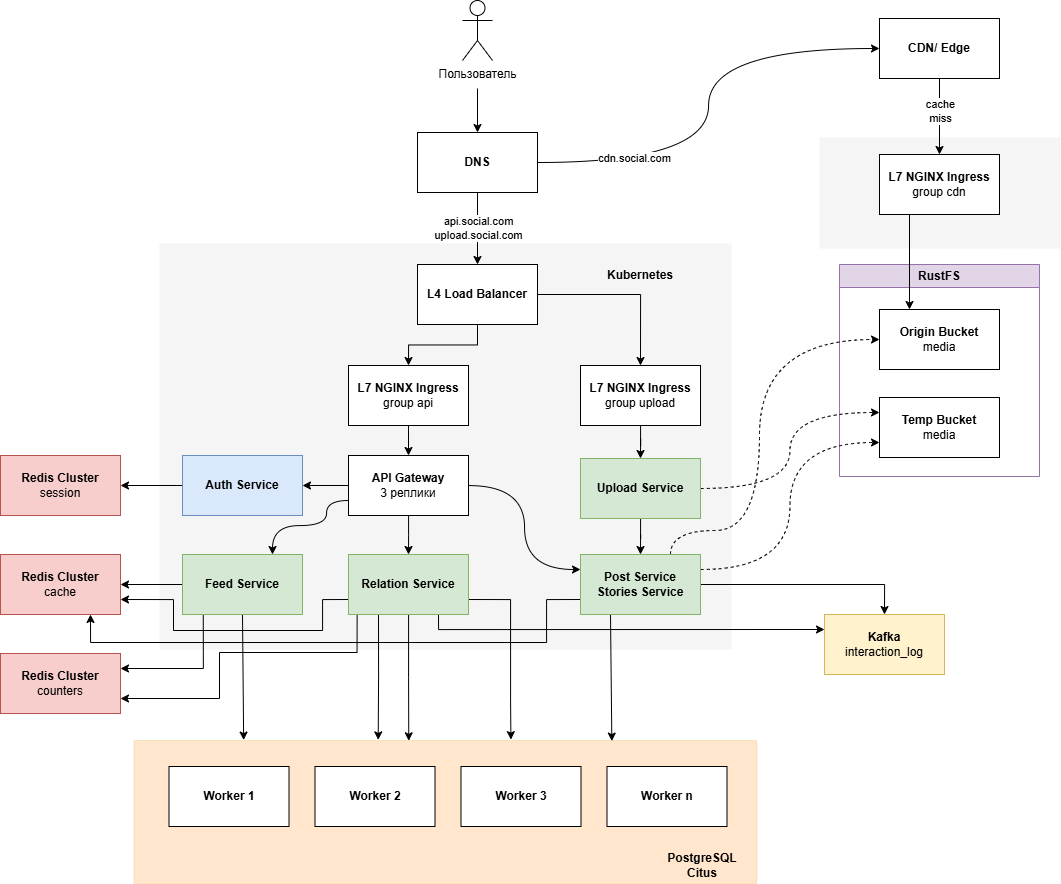
Before: схема проекта 2.drawio.png, a diagram exported from draw.io (kozlova-anastasia/high-load). Source tidied: cells renumbered, new cells last; positions are measured from the earlier drawing's top-left corner, leaving out a move shared by most shapes.
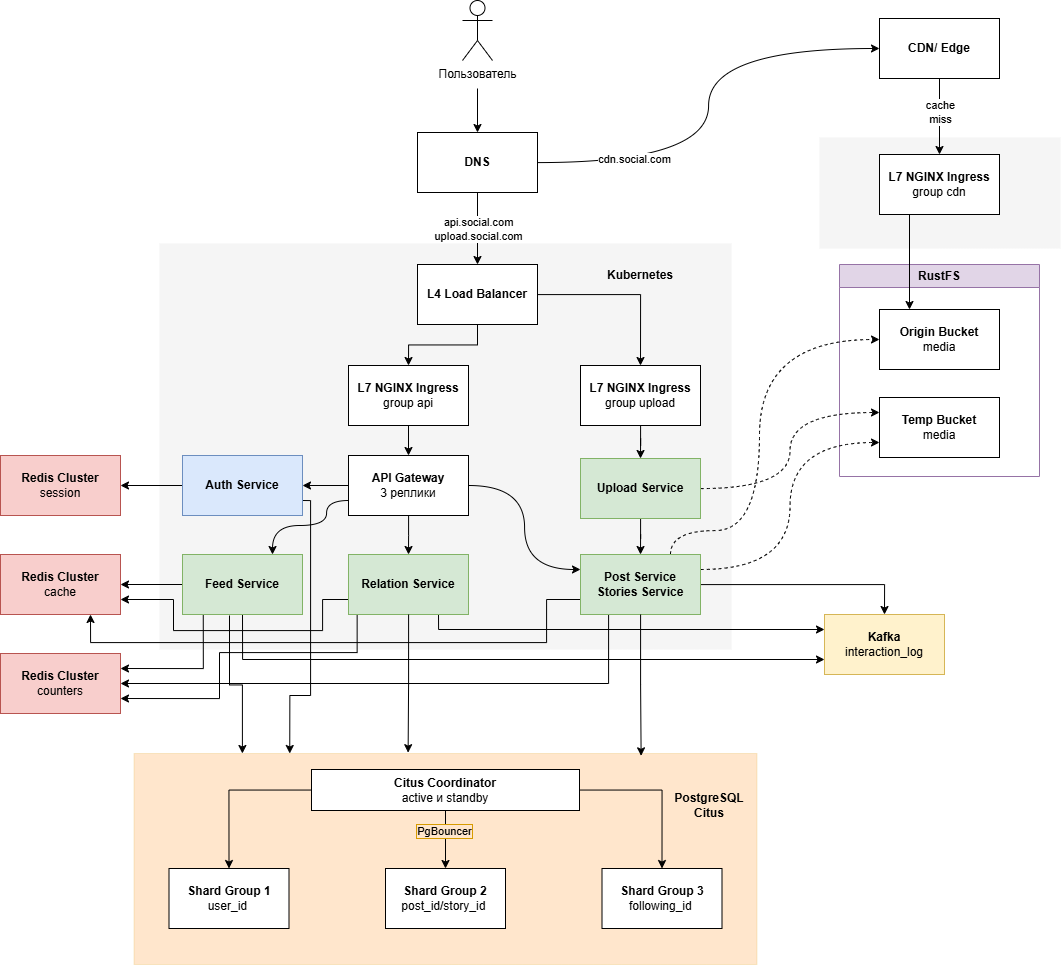
The same file after the commit.

The edit, as a diff of the source:
```diff
@@ -3,7 +3,7 @@
     <mxCell id="0" />
     <mxCell id="1" parent="0" />
     <mxCell id="2" style="rounded=0;whiteSpace=wrap;html=1;fillColor=#ffe6cc;strokeColor=#d79b00;strokeWidth=0;" parent="1" vertex="1">
-      <mxGeometry x="133.5" y="740" width="623" height="143" as="geometry" />
+      <mxGeometry x="133.5" y="753" width="623" height="211" as="geometry" />
     </mxCell>
     <mxCell id="3" style="rounded=0;whiteSpace=wrap;html=1;fillColor=#f5f5f5;fontColor=#333333;strokeColor=#F5F5F5;strokeWidth=0;" parent="1" vertex="1">
       <mxGeometry x="819" y="137" width="241" height="111" as="geometry" />
@@ -121,6 +121,15 @@
     <mxCell id="36" style="edgeStyle=orthogonalEdgeStyle;rounded=0;jettySize=auto;html=1;entryX=1;entryY=0.5;entryDx=0;entryDy=0;" parent="1" edge="1" source="37" target="38">
       <mxGeometry relative="1" as="geometry" />
     </mxCell>
+    <mxCell id="64" style="edgeStyle=orthogonalEdgeStyle;rounded=0;jettySize=auto;html=1;entryX=0.25;entryY=0;entryDx=0;entryDy=0;exitX=1;exitY=0.75;exitDx=0;exitDy=0;" parent="1" edge="1" source="37" target="2">
+      <mxGeometry relative="1" as="geometry">
+        <Array as="points">
+          <mxPoint x="310" y="500" />
+          <mxPoint x="310" y="695" />
+          <mxPoint x="289" y="695" />
+        </Array>
+      </mxGeometry>
+    </mxCell>
     <mxCell id="37" value="&lt;b&gt;Auth Service&lt;/b&gt;" style="rounded=0;whiteSpace=wrap;html=1;fillColor=#dae8fc;strokeColor=#6c8ebf;" parent="1" vertex="1">
       <mxGeometry x="182" y="455" width="120" height="60" as="geometry" />
     </mxCell>
@@ -151,9 +160,13 @@
         </Array>
       </mxGeometry>
     </mxCell>
-    <mxCell id="43" style="rounded=0;jettySize=auto;html=1;exitX=0.25;exitY=1;exitDx=0;exitDy=0;entryX=0.767;entryY=0.004;entryDx=0;entryDy=0;entryPerimeter=0;" parent="1" edge="1" source="44" target="2">
-      <mxGeometry relative="1" as="geometry" />
-    </mxCell>
+    <mxCell id="65" style="edgeStyle=orthogonalEdgeStyle;rounded=0;jettySize=auto;html=1;entryX=1;entryY=0.5;entryDx=0;entryDy=0;" parent="1" edge="1" source="44" target="58">
+      <mxGeometry relative="1" as="geometry">
+        <Array as="points">
+          <mxPoint x="608" y="683" />
+        </Array>
+      </mxGeometry>
+    </mxCell>
     <mxCell id="44" value="&lt;b&gt;Post Service&lt;/b&gt;&lt;div&gt;&lt;b&gt;Stories Service&lt;/b&gt;&lt;/div&gt;" style="rounded=0;whiteSpace=wrap;html=1;fillColor=#d5e8d4;strokeColor=#82b366;" parent="1" vertex="1">
       <mxGeometry x="580" y="554" width="120" height="60" as="geometry" />
     </mxCell>
@@ -186,21 +199,6 @@
         </Array>
       </mxGeometry>
     </mxCell>
-    <mxCell id="49" style="edgeStyle=orthogonalEdgeStyle;rounded=0;jettySize=auto;html=1;entryX=0.441;entryY=0.002;entryDx=0;entryDy=0;entryPerimeter=0;" parent="1" edge="1" source="52" target="2">
-      <mxGeometry relative="1" as="geometry" />
-    </mxCell>
-    <mxCell id="50" style="edgeStyle=orthogonalEdgeStyle;rounded=0;jettySize=auto;html=1;entryX=0.605;entryY=-0.006;entryDx=0;entryDy=0;exitX=1;exitY=0.75;exitDx=0;exitDy=0;entryPerimeter=0;" parent="1" edge="1" source="52" target="2">
-      <mxGeometry relative="1" as="geometry">
-        <Array as="points">
-          <mxPoint x="510" y="599" />
-          <mxPoint x="510" y="701" />
-          <mxPoint x="510" y="701" />
-        </Array>
-      </mxGeometry>
-    </mxCell>
-    <mxCell id="51" style="edgeStyle=orthogonalEdgeStyle;rounded=0;jettySize=auto;html=1;entryX=0.392;entryY=-0.004;entryDx=0;entryDy=0;exitX=0.25;exitY=1;exitDx=0;exitDy=0;entryPerimeter=0;" parent="1" edge="1" source="52" target="2">
-      <mxGeometry relative="1" as="geometry" />
-    </mxCell>
     <mxCell id="52" value="&lt;b&gt;Relation Service&lt;/b&gt;" style="rounded=0;whiteSpace=wrap;html=1;fillColor=#d5e8d4;strokeColor=#82b366;" parent="1" vertex="1">
       <mxGeometry x="348" y="554" width="120" height="60" as="geometry" />
     </mxCell>
@@ -210,9 +208,9 @@
     <mxCell id="54" style="edgeStyle=orthogonalEdgeStyle;rounded=0;jettySize=auto;html=1;entryX=1;entryY=0.25;entryDx=0;entryDy=0;exitX=0.173;exitY=0.986;exitDx=0;exitDy=0;exitPerimeter=0;" parent="1" edge="1" source="56" target="58">
       <mxGeometry relative="1" as="geometry" />
     </mxCell>
-    <mxCell id="55" style="rounded=0;jettySize=auto;html=1;exitX=0.5;exitY=1;exitDx=0;exitDy=0;entryX=0.176;entryY=-0.003;entryDx=0;entryDy=0;entryPerimeter=0;" parent="1" edge="1" source="56" target="2">
-      <mxGeometry relative="1" as="geometry" />
-    </mxCell>
+    <mxCell id="66" style="edgeStyle=orthogonalEdgeStyle;rounded=0;jettySize=auto;html=1;entryX=0;entryY=0.75;entryDx=0;entryDy=0;exitX=0.5;exitY=1;exitDx=0;exitDy=0;" parent="1" edge="1" source="56" target="45">
+      <mxGeometry relative="1" as="geometry" />
+    </mxCell>
     <mxCell id="56" value="&lt;b&gt;Feed Service&lt;/b&gt;" style="rounded=0;whiteSpace=wrap;html=1;fillColor=#d5e8d4;strokeColor=#82b366;" parent="1" vertex="1">
       <mxGeometry x="182" y="554" width="120" height="60" as="geometry" />
     </mxCell>
@@ -222,20 +220,45 @@
     <mxCell id="58" value="&lt;b&gt;Redis Cluster&lt;/b&gt;&lt;div&gt;counters&lt;/div&gt;" style="rounded=0;whiteSpace=wrap;html=1;fillColor=#f8cecc;strokeColor=#b85450;" parent="1" vertex="1">
       <mxGeometry y="653" width="120" height="60" as="geometry" />
     </mxCell>
-    <mxCell id="59" value="&lt;b&gt;Worker 1&lt;/b&gt;" style="rounded=0;whiteSpace=wrap;html=1;" parent="1" vertex="1">
-      <mxGeometry x="168.5" y="766" width="120" height="60" as="geometry" />
-    </mxCell>
-    <mxCell id="60" value="&lt;b&gt;Worker 2&lt;/b&gt;" style="rounded=0;whiteSpace=wrap;html=1;" parent="1" vertex="1">
-      <mxGeometry x="314.5" y="766" width="120" height="60" as="geometry" />
-    </mxCell>
-    <mxCell id="61" value="&lt;b&gt;Worker 3&lt;/b&gt;" style="rounded=0;whiteSpace=wrap;html=1;" parent="1" vertex="1">
-      <mxGeometry x="460.5" y="766" width="120" height="60" as="geometry" />
-    </mxCell>
-    <mxCell id="62" value="&lt;b&gt;Worker n&lt;/b&gt;" style="rounded=0;whiteSpace=wrap;html=1;" parent="1" vertex="1">
-      <mxGeometry x="606.5" y="766" width="120" height="60" as="geometry" />
-    </mxCell>
     <mxCell id="63" value="&lt;b&gt;PostgreSQL Citus&lt;/b&gt;" style="text;html=1;whiteSpace=wrap;strokeColor=none;fillColor=none;align=center;verticalAlign=middle;rounded=0;" parent="1" vertex="1">
-      <mxGeometry x="660.5" y="850" width="82" height="30" as="geometry" />
+      <mxGeometry x="667.5" y="790" width="82" height="30" as="geometry" />
     </mxCell>
+    <mxCell id="67" style="edgeStyle=orthogonalEdgeStyle;rounded=0;jettySize=auto;html=1;entryX=0.5;entryY=0;entryDx=0;entryDy=0;" parent="1" edge="1" source="71" target="72">
+      <mxGeometry relative="1" as="geometry" />
+    </mxCell>
+    <mxCell id="68" style="edgeStyle=orthogonalEdgeStyle;rounded=0;jettySize=auto;html=1;entryX=0.5;entryY=0;entryDx=0;entryDy=0;" parent="1" edge="1" source="71" target="73">
+      <mxGeometry relative="1" as="geometry" />
+    </mxCell>
+    <mxCell id="69" value="PgBouncer" style="edgeLabel;html=1;align=center;verticalAlign=middle;labelBackgroundColor=#ffe6cc;labelBorderColor=#d79b00;" parent="68" vertex="1">
+      <mxGeometry x="-0.3" y="3" relative="1" as="geometry">
+        <mxPoint x="-5" as="offset" />
+      </mxGeometry>
+    </mxCell>
+    <mxCell id="70" style="edgeStyle=orthogonalEdgeStyle;rounded=0;jettySize=auto;html=1;entryX=0.5;entryY=0;entryDx=0;entryDy=0;" parent="1" edge="1" source="71" target="74">
+      <mxGeometry relative="1" as="geometry" />
+    </mxCell>
+    <mxCell id="71" value="&lt;b&gt;Citus Coordinator&lt;/b&gt;&lt;div&gt;active и standby&lt;/div&gt;" style="rounded=0;whiteSpace=wrap;html=1;" parent="1" vertex="1">
+      <mxGeometry x="311" y="769" width="268" height="41" as="geometry" />
+    </mxCell>
+    <mxCell id="72" value="&lt;b&gt;Shard Group 1&lt;/b&gt;&lt;div&gt;user_id&amp;nbsp;&lt;/div&gt;" style="rounded=0;whiteSpace=wrap;html=1;" parent="1" vertex="1">
+      <mxGeometry x="168.5" y="868" width="120" height="60" as="geometry" />
+    </mxCell>
+    <mxCell id="73" value="&lt;b&gt;Shard Group 2&lt;/b&gt;&lt;div&gt;post_id/story_id&amp;nbsp;&lt;/div&gt;" style="rounded=0;whiteSpace=wrap;html=1;" parent="1" vertex="1">
+      <mxGeometry x="385" y="868" width="120" height="60" as="geometry" />
+    </mxCell>
+    <mxCell id="74" value="&lt;b&gt;Shard Group 3&lt;/b&gt;&lt;div&gt;following_id&amp;nbsp;&lt;/div&gt;" style="rounded=0;whiteSpace=wrap;html=1;" parent="1" vertex="1">
+      <mxGeometry x="601.5" y="868" width="120" height="60" as="geometry" />
+    </mxCell>
+    <mxCell id="75" style="edgeStyle=orthogonalEdgeStyle;rounded=0;jettySize=auto;html=1;entryX=0.174;entryY=0;entryDx=0;entryDy=0;entryPerimeter=0;" parent="1" edge="1" target="2">
+      <mxGeometry relative="1" as="geometry">
+        <mxPoint x="229" y="615" as="sourcePoint" />
+      </mxGeometry>
+    </mxCell>
+    <mxCell id="43" style="edgeStyle=orthogonalEdgeStyle;rounded=0;jettySize=auto;html=1;entryX=0.814;entryY=0.011;entryDx=0;entryDy=0;entryPerimeter=0;" parent="1" edge="1" source="44" target="2">
+      <mxGeometry relative="1" as="geometry" />
+    </mxCell>
+    <mxCell id="76" style="edgeStyle=orthogonalEdgeStyle;rounded=0;jettySize=auto;html=1;entryX=0.44;entryY=-0.004;entryDx=0;entryDy=0;entryPerimeter=0;" parent="1" edge="1" source="52" target="2">
+      <mxGeometry relative="1" as="geometry" />
+    </mxCell>
   </root>
 </mxGraphModel>
```
